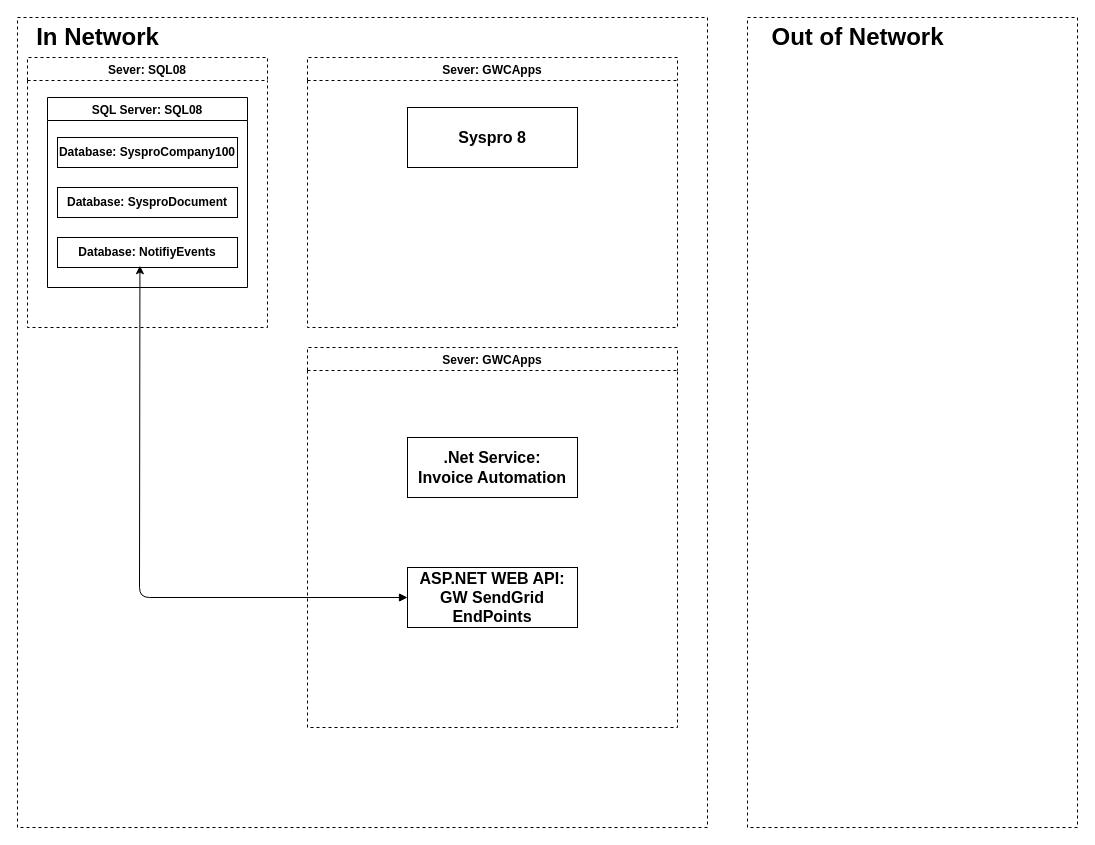
The draw.io diagram Tickets/Normal Tickets/Ticket 34984 - Invoice Automation/ApplicationDiagram.drawio in DevJustinP/WIP, before the edit. Source tidied: cells renumbered, new cells numbered last; positions are measured from the earlier drawing's top-left corner, leaving out a move shared by most shapes. Both pictures are drawn from the tidied source at 100%, with x=0, y=0 at pixel (17, 17).
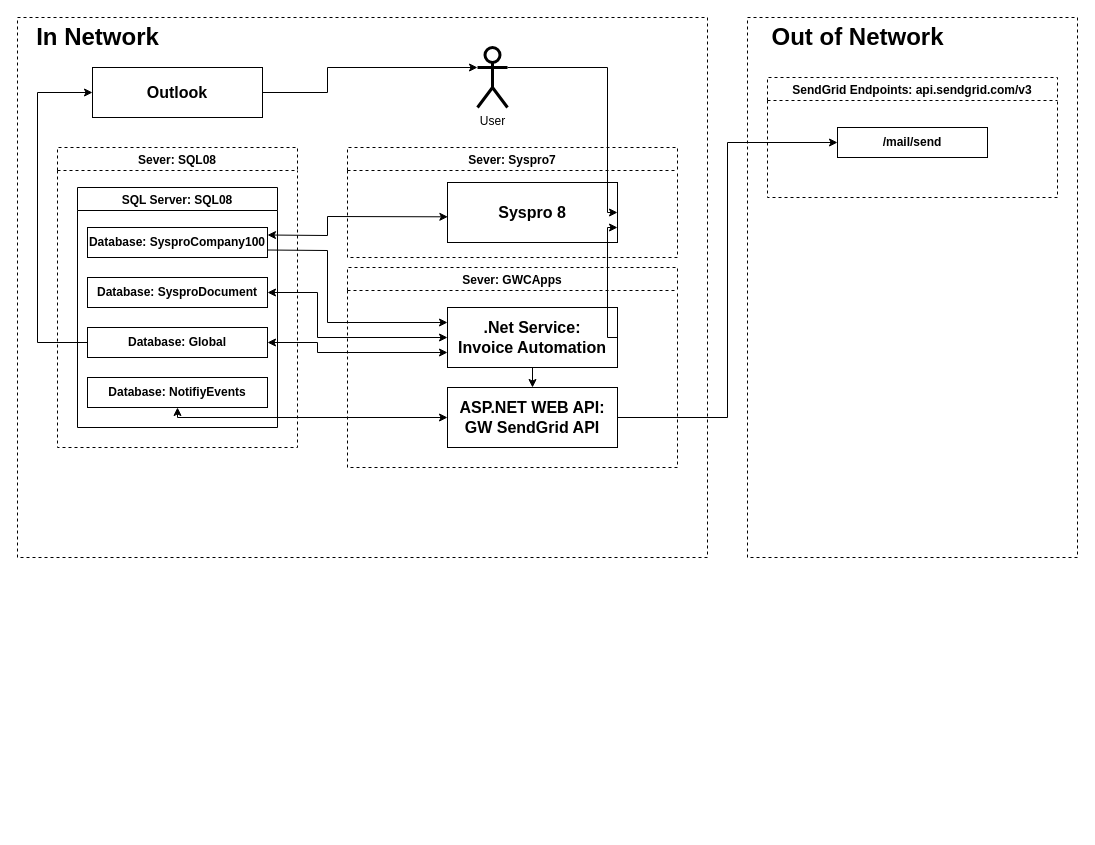
The same diagram, later.

The change refers to these unchanged cells:
```xml
<mxCell id="5" value="&lt;b&gt;Database: SysproDocument&lt;/b&gt;" style="rounded=0;whiteSpace=wrap;html=1;align=center;" parent="4" vertex="1">
  <mxGeometry x="10" y="90" width="180" height="30" as="geometry" />
</mxCell>
<mxCell id="6" value="&lt;b&gt;Database: SysproCompany100&lt;/b&gt;" style="rounded=0;whiteSpace=wrap;html=1;align=center;" parent="4" vertex="1">
  <mxGeometry x="10" y="40" width="180" height="30" as="geometry" />
</mxCell>
```

Diff of the diagram source:
```diff
@@
     <mxCell id="2" style="rounded=0;whiteSpace=wrap;html=1;dashed=1;align=left;" parent="1" vertex="1">
-      <mxGeometry width="690" height="810" as="geometry" />
+      <mxGeometry width="690" height="540" as="geometry" />
     </mxCell>
     <mxCell id="3" value="Sever: SQL08" style="swimlane;startSize=23;dashed=1;" parent="1" vertex="1">
-      <mxGeometry x="10" y="40" width="240" height="270" as="geometry" />
+      <mxGeometry x="40" y="130" width="240" height="300" as="geometry" />
     </mxCell>
     <mxCell id="4" value="SQL Server: SQL08" style="swimlane;startSize=23;" parent="3" vertex="1">
-      <mxGeometry x="20" y="40" width="200" height="190" as="geometry" />
+      <mxGeometry x="20" y="40" width="200" height="240" as="geometry" />
     </mxCell>
@@
     <mxCell id="7" value="&lt;b&gt;Database: NotifiyEvents&lt;/b&gt;" style="rounded=0;whiteSpace=wrap;html=1;align=center;" parent="4" vertex="1">
-      <mxGeometry x="10" y="140" width="180" height="30" as="geometry" />
+      <mxGeometry x="10" y="190" width="180" height="30" as="geometry" />
     </mxCell>
+    <mxCell id="17" value="&lt;b&gt;Database: Global&lt;/b&gt;" style="rounded=0;whiteSpace=wrap;html=1;align=center;" parent="4" vertex="1">
+      <mxGeometry x="10" y="140" width="180" height="30" as="geometry" />
+    </mxCell>
     <mxCell id="8" value="Sever: GWCApps" style="swimlane;startSize=23;dashed=1;" parent="1" vertex="1">
-      <mxGeometry x="290" y="330" width="370" height="380" as="geometry" />
+      <mxGeometry x="330" y="250" width="330" height="200" as="geometry" />
     </mxCell>
-    <mxCell id="9" value="&lt;b&gt;&lt;font style=&quot;font-size: 16px;&quot;&gt;ASP.NET WEB API:&lt;br&gt;GW SendGrid EndPoints&lt;br&gt;&lt;/font&gt;&lt;/b&gt;" style="rounded=0;whiteSpace=wrap;html=1;" parent="8" vertex="1">
-      <mxGeometry x="100" y="220" width="170" height="60" as="geometry" />
+    <mxCell id="9" value="&lt;b&gt;&lt;font style=&quot;font-size: 16px;&quot;&gt;ASP.NET WEB API:&lt;br&gt;GW SendGrid API&lt;br&gt;&lt;/font&gt;&lt;/b&gt;" style="rounded=0;whiteSpace=wrap;html=1;" parent="8" vertex="1">
+      <mxGeometry x="100" y="120" width="170" height="60" as="geometry" />
     </mxCell>
+    <mxCell id="18" style="edgeStyle=none;rounded=0;html=1;exitX=0.5;exitY=1;exitDx=0;exitDy=0;entryX=0.5;entryY=0;entryDx=0;entryDy=0;startArrow=none;startFill=0;endArrow=classic;endFill=1;" parent="8" edge="1" source="10" target="9">
+      <mxGeometry relative="1" as="geometry" />
+    </mxCell>
     <mxCell id="10" value="&lt;b&gt;&lt;font style=&quot;font-size: 16px;&quot;&gt;.Net Service:&lt;br&gt;Invoice Automation&lt;br&gt;&lt;/font&gt;&lt;/b&gt;" style="rounded=0;whiteSpace=wrap;html=1;" parent="8" vertex="1">
-      <mxGeometry x="100" y="90" width="170" height="60" as="geometry" />
+      <mxGeometry x="100" y="40" width="170" height="60" as="geometry" />
     </mxCell>
@@
     <mxCell id="12" style="rounded=0;whiteSpace=wrap;html=1;dashed=1;align=left;" parent="1" vertex="1">
-      <mxGeometry x="730" width="330" height="810" as="geometry" />
+      <mxGeometry x="730" width="330" height="540" as="geometry" />
     </mxCell>
@@
-    <mxCell id="14" value="Sever: GWCApps" style="swimlane;startSize=23;dashed=1;" parent="1" vertex="1">
-      <mxGeometry x="290" y="40" width="370" height="270" as="geometry" />
+    <mxCell id="14" value="Sever: Syspro7" style="swimlane;startSize=23;dashed=1;" parent="1" vertex="1">
+      <mxGeometry x="330" y="130" width="330" height="110" as="geometry" />
     </mxCell>
     <mxCell id="15" value="&lt;b&gt;&lt;font style=&quot;font-size: 16px;&quot;&gt;Syspro 8&lt;/font&gt;&lt;/b&gt;" style="rounded=0;whiteSpace=wrap;html=1;" parent="14" vertex="1">
-      <mxGeometry x="100" y="50" width="170" height="60" as="geometry" />
+      <mxGeometry x="100" y="35" width="170" height="60" as="geometry" />
     </mxCell>
+    <mxCell id="19" style="edgeStyle=none;rounded=0;html=1;exitX=1;exitY=0.5;exitDx=0;exitDy=0;entryX=0;entryY=0.5;entryDx=0;entryDy=0;startArrow=classic;startFill=1;endArrow=classic;endFill=1;" parent="1" edge="1" source="5" target="10">
+      <mxGeometry relative="1" as="geometry">
+        <Array as="points">
+          <mxPoint x="300" y="275" />
+          <mxPoint x="300" y="320" />
+        </Array>
+      </mxGeometry>
+    </mxCell>
+    <mxCell id="20" value="SendGrid Endpoints: api.sendgrid.com/v3" style="swimlane;startSize=23;dashed=1;" parent="1" vertex="1">
+      <mxGeometry x="750" y="60" width="290" height="120" as="geometry" />
+    </mxCell>
+    <mxCell id="21" value="&lt;b&gt;&lt;font style=&quot;font-size: 12px;&quot;&gt;/mail/send&lt;br&gt;&lt;/font&gt;&lt;/b&gt;" style="rounded=0;whiteSpace=wrap;html=1;" parent="1" vertex="1">
+      <mxGeometry x="820" y="110" width="150" height="30" as="geometry" />
+    </mxCell>
+    <mxCell id="22" style="edgeStyle=none;rounded=0;html=1;exitX=1;exitY=0.5;exitDx=0;exitDy=0;entryX=0;entryY=0.5;entryDx=0;entryDy=0;fontSize=12;startArrow=none;startFill=0;endArrow=classic;endFill=1;" parent="1" edge="1" source="9" target="21">
+      <mxGeometry relative="1" as="geometry">
+        <Array as="points">
+          <mxPoint x="710" y="400" />
+          <mxPoint x="710" y="125" />
+        </Array>
+      </mxGeometry>
+    </mxCell>
+    <mxCell id="23" style="edgeStyle=none;rounded=0;html=1;exitX=1;exitY=0.75;exitDx=0;exitDy=0;entryX=0;entryY=0.25;entryDx=0;entryDy=0;fontSize=12;startArrow=none;startFill=0;endArrow=classic;endFill=1;" parent="1" edge="1" source="6" target="10">
+      <mxGeometry relative="1" as="geometry">
+        <Array as="points">
+          <mxPoint x="310" y="233" />
+          <mxPoint x="310" y="305" />
+        </Array>
+      </mxGeometry>
+    </mxCell>
+    <mxCell id="24" style="edgeStyle=none;rounded=0;html=1;exitX=1;exitY=0.25;exitDx=0;exitDy=0;entryX=0.002;entryY=0.572;entryDx=0;entryDy=0;entryPerimeter=0;fontSize=12;startArrow=classic;startFill=1;endArrow=classic;endFill=1;" parent="1" edge="1" source="6" target="15">
+      <mxGeometry relative="1" as="geometry">
+        <Array as="points">
+          <mxPoint x="310" y="218" />
+          <mxPoint x="310" y="199" />
+        </Array>
+      </mxGeometry>
+    </mxCell>
-    <mxCell id="16" style="edgeStyle=none;html=1;exitX=0;exitY=0.5;exitDx=0;exitDy=0;entryX=0.458;entryY=0.939;entryDx=0;entryDy=0;entryPerimeter=0;fontSize=16;startArrow=block;startFill=1;" parent="1" edge="1" source="9" target="7">
+    <mxCell id="16" style="edgeStyle=none;rounded=0;html=1;entryX=0.5;entryY=1;entryDx=0;entryDy=0;fontSize=12;startArrow=classic;startFill=1;endArrow=classic;endFill=1;exitX=0;exitY=0.5;exitDx=0;exitDy=0;" parent="1" edge="1" source="9" target="7">
       <mxGeometry relative="1" as="geometry">
         <Array as="points">
-          <mxPoint x="122" y="580" />
+          <mxPoint x="160" y="400" />
         </Array>
       </mxGeometry>
     </mxCell>
+    <mxCell id="25" style="edgeStyle=none;rounded=0;html=1;exitX=1;exitY=0.3333333333333333;exitDx=0;exitDy=0;exitPerimeter=0;fontSize=12;startArrow=none;startFill=0;endArrow=classic;endFill=1;entryX=1;entryY=0.5;entryDx=0;entryDy=0;" parent="1" edge="1" source="26" target="15">
+      <mxGeometry relative="1" as="geometry">
+        <Array as="points">
+          <mxPoint x="590" y="50" />
+          <mxPoint x="590" y="195" />
+        </Array>
+      </mxGeometry>
+    </mxCell>
+    <mxCell id="26" value="User" style="shape=umlActor;verticalLabelPosition=bottom;verticalAlign=top;html=1;outlineConnect=0;fontSize=12;strokeWidth=3;" parent="1" vertex="1">
+      <mxGeometry x="460" y="30" width="30" height="60" as="geometry" />
+    </mxCell>
+    <mxCell id="27" style="edgeStyle=none;rounded=0;html=1;exitX=1;exitY=0.5;exitDx=0;exitDy=0;entryX=1;entryY=0.75;entryDx=0;entryDy=0;fontSize=12;startArrow=none;startFill=0;endArrow=classic;endFill=1;" parent="1" edge="1" source="10" target="15">
+      <mxGeometry relative="1" as="geometry">
+        <Array as="points">
+          <mxPoint x="590" y="320" />
+          <mxPoint x="590" y="210" />
+        </Array>
+      </mxGeometry>
+    </mxCell>
+    <mxCell id="28" style="edgeStyle=none;rounded=0;html=1;exitX=0;exitY=0.75;exitDx=0;exitDy=0;entryX=1;entryY=0.5;entryDx=0;entryDy=0;fontSize=12;startArrow=classic;startFill=1;endArrow=classic;endFill=1;" parent="1" edge="1" source="10" target="17">
+      <mxGeometry relative="1" as="geometry">
+        <Array as="points">
+          <mxPoint x="300" y="335" />
+          <mxPoint x="300" y="325" />
+        </Array>
+      </mxGeometry>
+    </mxCell>
+    <mxCell id="29" style="edgeStyle=none;rounded=0;html=1;exitX=1;exitY=0.5;exitDx=0;exitDy=0;entryX=0;entryY=0.3333333333333333;entryDx=0;entryDy=0;entryPerimeter=0;fontSize=12;startArrow=none;startFill=0;endArrow=classic;endFill=1;" parent="1" edge="1" source="30" target="26">
+      <mxGeometry relative="1" as="geometry">
+        <Array as="points">
+          <mxPoint x="310" y="75" />
+          <mxPoint x="310" y="50" />
+        </Array>
+      </mxGeometry>
+    </mxCell>
+    <mxCell id="30" value="&lt;b&gt;&lt;font style=&quot;font-size: 16px;&quot;&gt;Outlook&lt;/font&gt;&lt;/b&gt;" style="rounded=0;whiteSpace=wrap;html=1;" parent="1" vertex="1">
+      <mxGeometry x="75" y="50" width="170" height="50" as="geometry" />
+    </mxCell>
+    <mxCell id="31" style="edgeStyle=none;rounded=0;html=1;exitX=0;exitY=0.5;exitDx=0;exitDy=0;entryX=0;entryY=0.5;entryDx=0;entryDy=0;fontSize=12;startArrow=none;startFill=0;endArrow=classic;endFill=1;" parent="1" edge="1" source="17" target="30">
+      <mxGeometry relative="1" as="geometry">
+        <Array as="points">
+          <mxPoint x="20" y="325" />
+          <mxPoint x="20" y="75" />
+        </Array>
+      </mxGeometry>
+    </mxCell>
```
